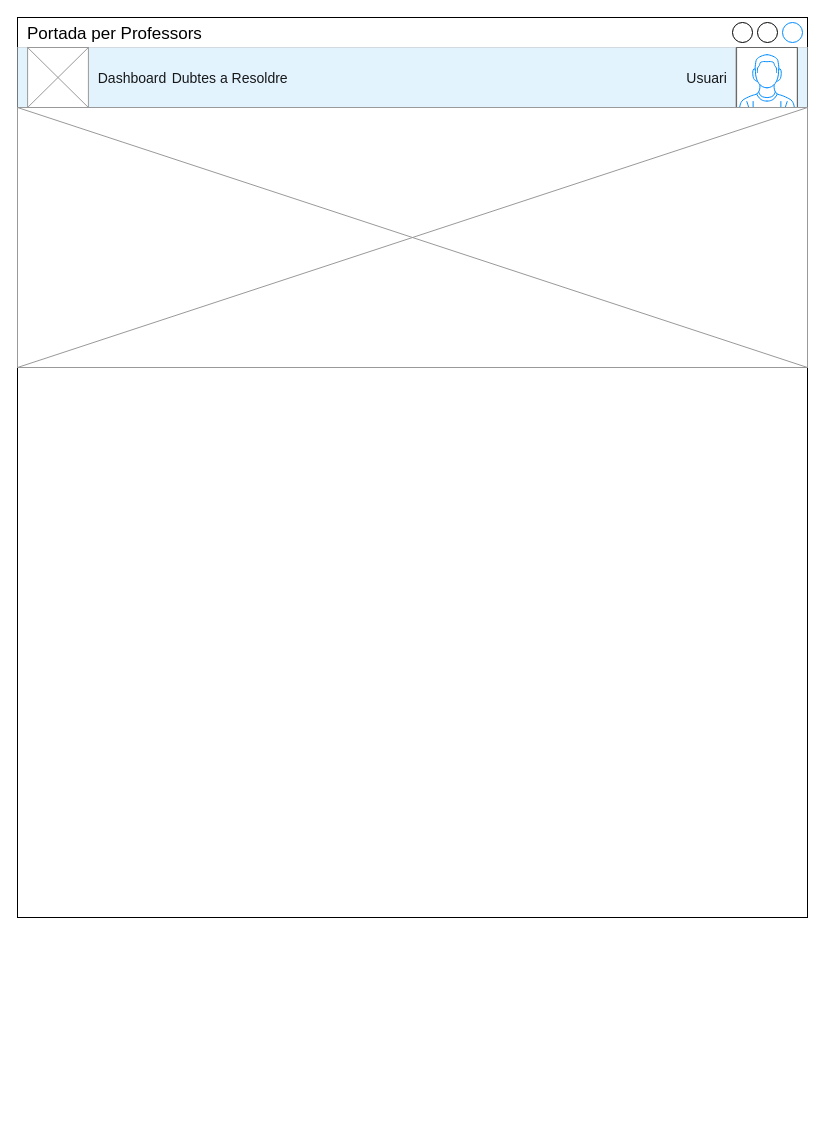
The draw.io diagram Diagrames/wireframes/portada-professors.drawio in Projecte4-Webs-al-punt/Projecte4-Gestor-de-Torns-Professors, before the edit. Source tidied: cells renumbered, new cells numbered last; positions are measured from the earlier drawing's top-left corner, leaving out a move shared by most shapes. Both pictures are drawn from the tidied source at 100%, with x=0, y=0 at pixel (17, 17).
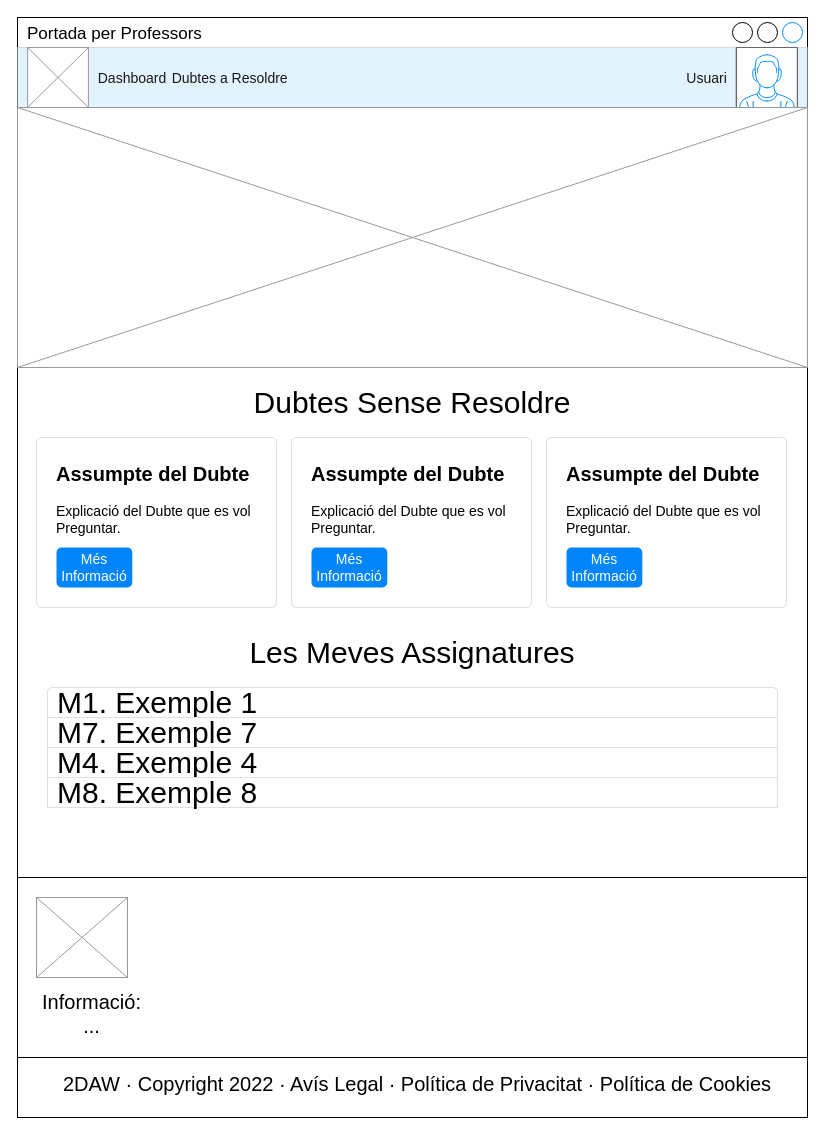
Above is the later version.

Commit message (it also covers changes not shown here):
wireframe login

Change to the diagram source:
```diff
@@
     <mxCell id="2" value="Portada per Professors" style="strokeWidth=1;shadow=0;dashed=0;align=center;html=1;shape=mxgraph.mockup.containers.window;align=left;verticalAlign=top;spacingLeft=8;strokeColor2=#008cff;strokeColor3=#c4c4c4;mainText=;fontSize=17;labelBackgroundColor=none;" parent="1" vertex="1">
-      <mxGeometry width="790" height="900" as="geometry" />
+      <mxGeometry width="790" height="1100" as="geometry" />
     </mxCell>
@@
+    <mxCell id="10" value="&lt;span style=&quot;font-size: 30px&quot;&gt;Dubtes Sense Resoldre&lt;/span&gt;" style="text;html=1;strokeColor=none;fillColor=none;align=center;verticalAlign=middle;whiteSpace=wrap;rounded=0;" parent="1" vertex="1">
+      <mxGeometry x="210" y="370" width="370" height="30" as="geometry" />
+    </mxCell>
+    <mxCell id="11" value="&lt;b&gt;&lt;font style=&quot;font-size: 20px&quot;&gt;Assumpte del Dubte&lt;/font&gt;&lt;/b&gt;&lt;br style=&quot;font-size: 14px&quot;&gt;&lt;br&gt;Explicació del Dubte que es vol Preguntar." style="html=1;shadow=0;dashed=0;shape=mxgraph.bootstrap.rrect;rSize=5;strokeColor=#DFDFDF;html=1;whiteSpace=wrap;fillColor=#FFFFFF;fontColor=#000000;align=left;verticalAlign=top;spacing=20;fontSize=14;" parent="1" vertex="1">
+      <mxGeometry x="19" y="420" width="240" height="170" as="geometry" />
+    </mxCell>
+    <mxCell id="12" value="Més Informació" style="html=1;shadow=0;dashed=0;shape=mxgraph.bootstrap.rrect;rSize=5;perimeter=none;whiteSpace=wrap;fillColor=#0085FC;strokeColor=none;fontColor=#ffffff;fontSize=14;" parent="11" vertex="1">
+      <mxGeometry y="1" width="75.79" height="40" relative="1" as="geometry">
+        <mxPoint x="20" y="-60" as="offset" />
+      </mxGeometry>
+    </mxCell>
+    <mxCell id="13" value="&lt;b&gt;&lt;font style=&quot;font-size: 20px&quot;&gt;Assumpte del Dubte&lt;/font&gt;&lt;/b&gt;&lt;br style=&quot;font-size: 14px&quot;&gt;&lt;br&gt;Explicació del Dubte que es vol Preguntar." style="html=1;shadow=0;dashed=0;shape=mxgraph.bootstrap.rrect;rSize=5;strokeColor=#DFDFDF;html=1;whiteSpace=wrap;fillColor=#FFFFFF;fontColor=#000000;align=left;verticalAlign=top;spacing=20;fontSize=14;" parent="1" vertex="1">
+      <mxGeometry x="274" y="420" width="240" height="170" as="geometry" />
+    </mxCell>
+    <mxCell id="14" value="Més Informació" style="html=1;shadow=0;dashed=0;shape=mxgraph.bootstrap.rrect;rSize=5;perimeter=none;whiteSpace=wrap;fillColor=#0085FC;strokeColor=none;fontColor=#ffffff;fontSize=14;" parent="13" vertex="1">
+      <mxGeometry y="1" width="75.79" height="40" relative="1" as="geometry">
+        <mxPoint x="20" y="-60" as="offset" />
+      </mxGeometry>
+    </mxCell>
+    <mxCell id="15" value="&lt;b&gt;&lt;font style=&quot;font-size: 20px&quot;&gt;Assumpte del Dubte&lt;/font&gt;&lt;/b&gt;&lt;br style=&quot;font-size: 14px&quot;&gt;&lt;br&gt;Explicació del Dubte que es vol Preguntar." style="html=1;shadow=0;dashed=0;shape=mxgraph.bootstrap.rrect;rSize=5;strokeColor=#DFDFDF;html=1;whiteSpace=wrap;fillColor=#FFFFFF;fontColor=#000000;align=left;verticalAlign=top;spacing=20;fontSize=14;" parent="1" vertex="1">
+      <mxGeometry x="529" y="420" width="240" height="170" as="geometry" />
+    </mxCell>
+    <mxCell id="16" value="Més Informació" style="html=1;shadow=0;dashed=0;shape=mxgraph.bootstrap.rrect;rSize=5;perimeter=none;whiteSpace=wrap;fillColor=#0085FC;strokeColor=none;fontColor=#ffffff;fontSize=14;" parent="15" vertex="1">
+      <mxGeometry y="1" width="75.79" height="40" relative="1" as="geometry">
+        <mxPoint x="20" y="-60" as="offset" />
+      </mxGeometry>
+    </mxCell>
+    <mxCell id="17" value="&lt;span style=&quot;font-size: 30px&quot;&gt;Les Meves Assignatures&lt;/span&gt;" style="text;html=1;strokeColor=none;fillColor=none;align=center;verticalAlign=middle;whiteSpace=wrap;rounded=0;" parent="1" vertex="1">
+      <mxGeometry x="210" y="620" width="370" height="30" as="geometry" />
+    </mxCell>
+    <mxCell id="18" style="html=1;shadow=0;dashed=0;shape=mxgraph.bootstrap.rrect;rSize=5;strokeColor=#DFDFDF;html=1;whiteSpace=wrap;fillColor=#FFFFFF;fontColor=#000000;fontSize=30;" parent="1" vertex="1">
+      <mxGeometry x="30" y="670" width="730" height="120" as="geometry" />
+    </mxCell>
+    <mxCell id="19" value="M1. Exemple 1" style="strokeColor=inherit;fillColor=inherit;gradientColor=inherit;fontColor=inherit;html=1;shadow=0;dashed=0;shape=mxgraph.bootstrap.topButton;rSize=5;perimeter=none;whiteSpace=wrap;align=left;spacing=10;fontSize=30;" parent="18" vertex="1">
+      <mxGeometry width="730" height="30" relative="1" as="geometry" />
+    </mxCell>
+    <mxCell id="20" value="M7. Exemple 7" style="strokeColor=inherit;fillColor=inherit;gradientColor=inherit;fontColor=inherit;html=1;shadow=0;dashed=0;perimeter=none;whiteSpace=wrap;align=left;spacing=10;fontSize=30;" parent="18" vertex="1">
+      <mxGeometry width="730" height="30" relative="1" as="geometry">
+        <mxPoint y="30" as="offset" />
+      </mxGeometry>
+    </mxCell>
+    <mxCell id="21" value="M4. Exemple 4" style="strokeColor=inherit;fillColor=inherit;gradientColor=inherit;fontColor=inherit;html=1;shadow=0;dashed=0;perimeter=none;whiteSpace=wrap;align=left;spacing=10;fontSize=30;" parent="18" vertex="1">
+      <mxGeometry width="730" height="30" relative="1" as="geometry">
+        <mxPoint y="60" as="offset" />
+      </mxGeometry>
+    </mxCell>
+    <mxCell id="22" value="M8. Exemple 8" style="strokeColor=inherit;fillColor=inherit;gradientColor=inherit;fontColor=inherit;html=1;shadow=0;dashed=0;perimeter=none;whiteSpace=wrap;align=left;spacing=10;fontSize=30;" parent="18" vertex="1">
+      <mxGeometry width="730" height="30" relative="1" as="geometry">
+        <mxPoint y="90" as="offset" />
+      </mxGeometry>
+    </mxCell>
+    <mxCell id="23" style="rounded=0;whiteSpace=wrap;html=1;fontSize=30;" parent="1" vertex="1">
+      <mxGeometry y="860" width="790" height="240" as="geometry" />
+    </mxCell>
+    <mxCell id="24" style="verticalLabelPosition=bottom;shadow=0;dashed=0;align=center;html=1;verticalAlign=top;strokeWidth=1;shape=mxgraph.mockup.graphics.simpleIcon;strokeColor=#999999;" parent="1" vertex="1">
+      <mxGeometry x="19" y="880" width="91" height="80" as="geometry" />
+    </mxCell>
+    <mxCell id="25" value="Informació:&#10;..." style="fontSize=20;align=center;strokeColor=none;" parent="1" vertex="1">
+      <mxGeometry x="19" y="970" width="111" height="50" as="geometry" />
+    </mxCell>
+    <mxCell id="26" value="2DAW · Copyright 2022 · Avís Legal · Política de Privacitat · Política de Cookies" style="fontSize=20;align=center;strokeColor=none;" parent="1" vertex="1">
+      <mxGeometry x="60" y="1040" width="680" height="50" as="geometry" />
+    </mxCell>
+    <mxCell id="27" style="endArrow=none;html=1;fontSize=20;exitX=0;exitY=0.75;exitDx=0;exitDy=0;entryX=1;entryY=0.75;entryDx=0;entryDy=0;" parent="1" edge="1" source="23" target="23">
+      <mxGeometry relative="1" as="geometry" />
+    </mxCell>
```
